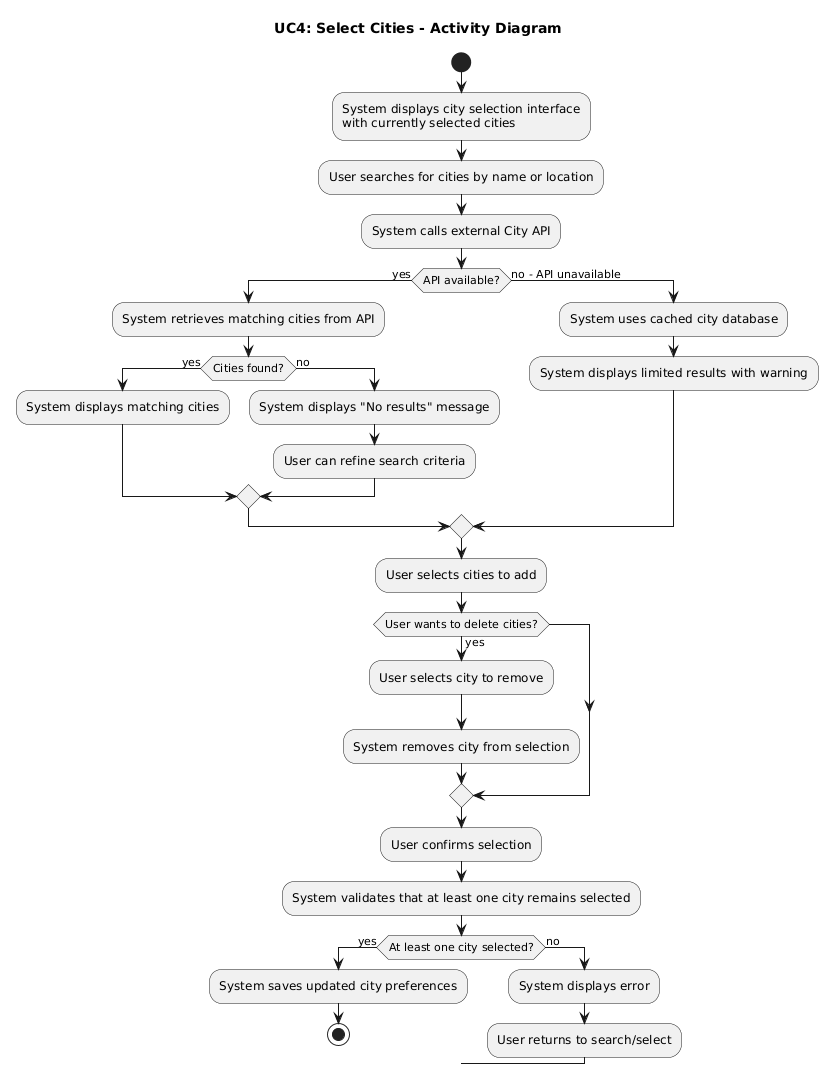
Above: requirements/activity_diagrams/UC4_Select_Cities.png in ManosMorf97/Weather-Forecasts-AI-Remastered (PlantUML), before the change.
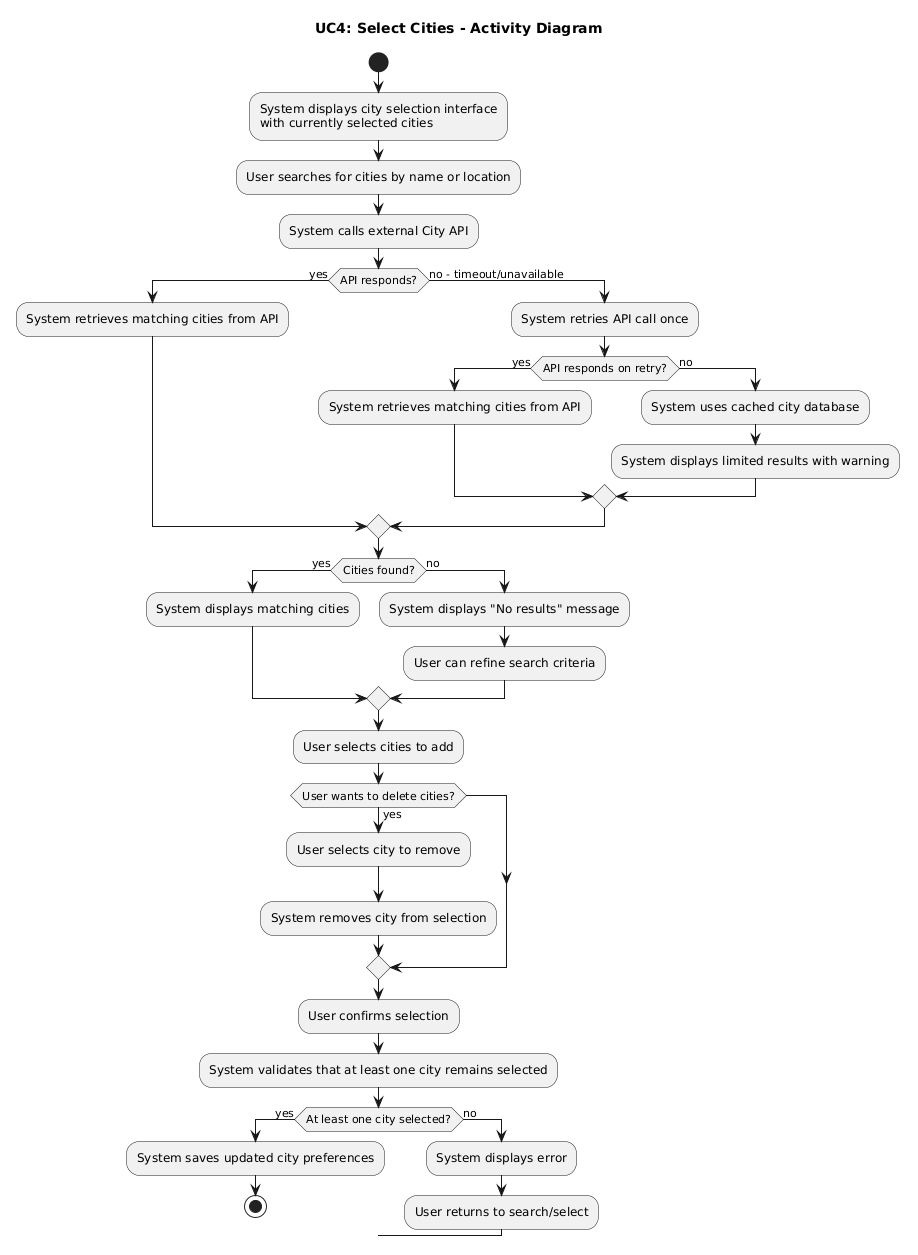
After the commit.

The edit, as a diff of the source:
```diff
@@ -7,17 +7,23 @@
 :User searches for cities by name or location;
 :System calls external City API;
 
-if (API available?) then (yes)
+if (API responds?) then (yes)
   :System retrieves matching cities from API;
-  if (Cities found?) then (yes)
-    :System displays matching cities;
+else (no - timeout/unavailable)
+  :System retries API call once;
+  if (API responds on retry?) then (yes)
+    :System retrieves matching cities from API;
   else (no)
-    :System displays "No results" message;
-    :User can refine search criteria;
+    :System uses cached city database;
+    :System displays limited results with warning;
   endif
-else (no - API unavailable)
-  :System uses cached city database;
-  :System displays limited results with warning;
+endif
+
+if (Cities found?) then (yes)
+  :System displays matching cities;
+else (no)
+  :System displays "No results" message;
+  :User can refine search criteria;
 endif
 
 :User selects cities to add;
```
